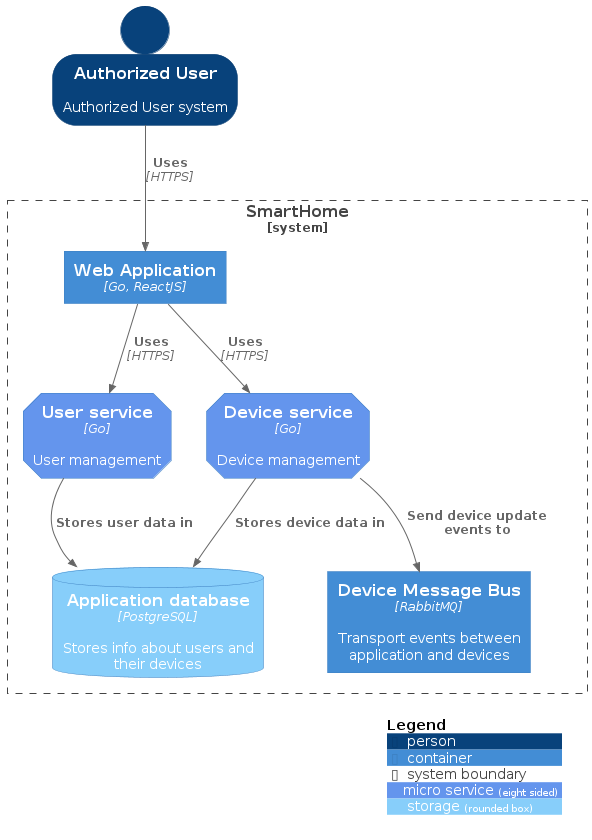
The PlantUML diagram out/schemas/src/container/smarthome_container/SmartHomeContainer.png in arefev/warmhouse, before a commit.
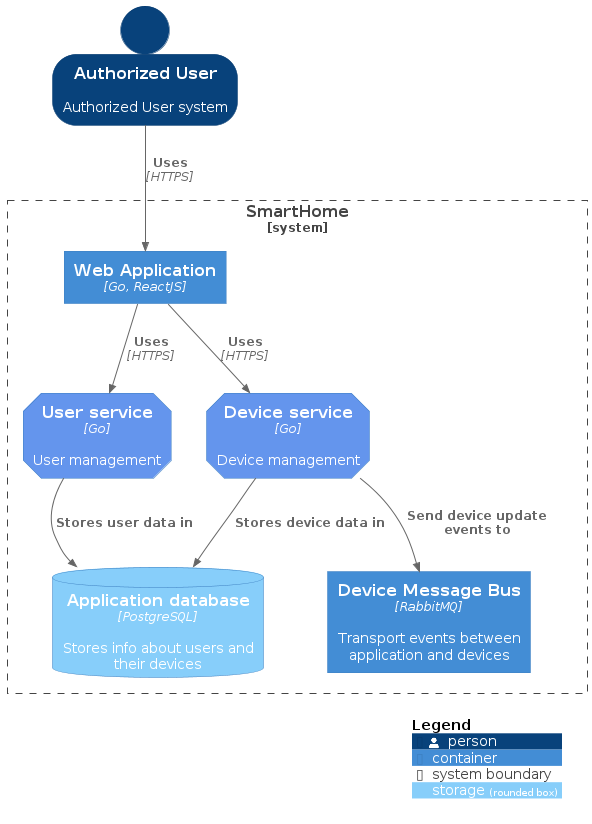
After the change.

Commit message:
warmhouse: обновил схемы

The edit, as a diff of the source:
```diff
@@ -1,6 +1,7 @@
 @startuml SmartHomeContainer
 !include https://raw.githubusercontent.com/plantuml-stdlib/C4-PlantUML/master/C4_Context.puml
 !include https://raw.githubusercontent.com/plantuml-stdlib/C4-PlantUML/master/C4_Container.puml
+
 
 AddElementTag("microService", $shape=EightSidedShape(), $bgColor="CornflowerBlue", $fontColor="white", $legendText="micro service\neight sided")
 AddElementTag("storage", $shape=RoundedBoxShape(), $bgColor="lightSkyBlue", $fontColor="white")
@@ -13,8 +14,8 @@
     Container(webApp, "Web Application", "Go, ReactJS", "")
     Container(userService, "User service", "Go", "User management", $tags = "microService")
     Container(deviceService, "Device service", "Go", "Device management", $tags = "microService")
-    ContainerDb(appDB, "Application database", "PostgreSQL", "Stores info about users and their devices", $tags = "storage")
     Container(bus, "Device Message Bus", "RabbitMQ", "Transport events between application and devices")
+    !include ../commons.puml!appDB
 }
 
 Rel_D(authUser, webApp, "Uses", "HTTPS")
```
